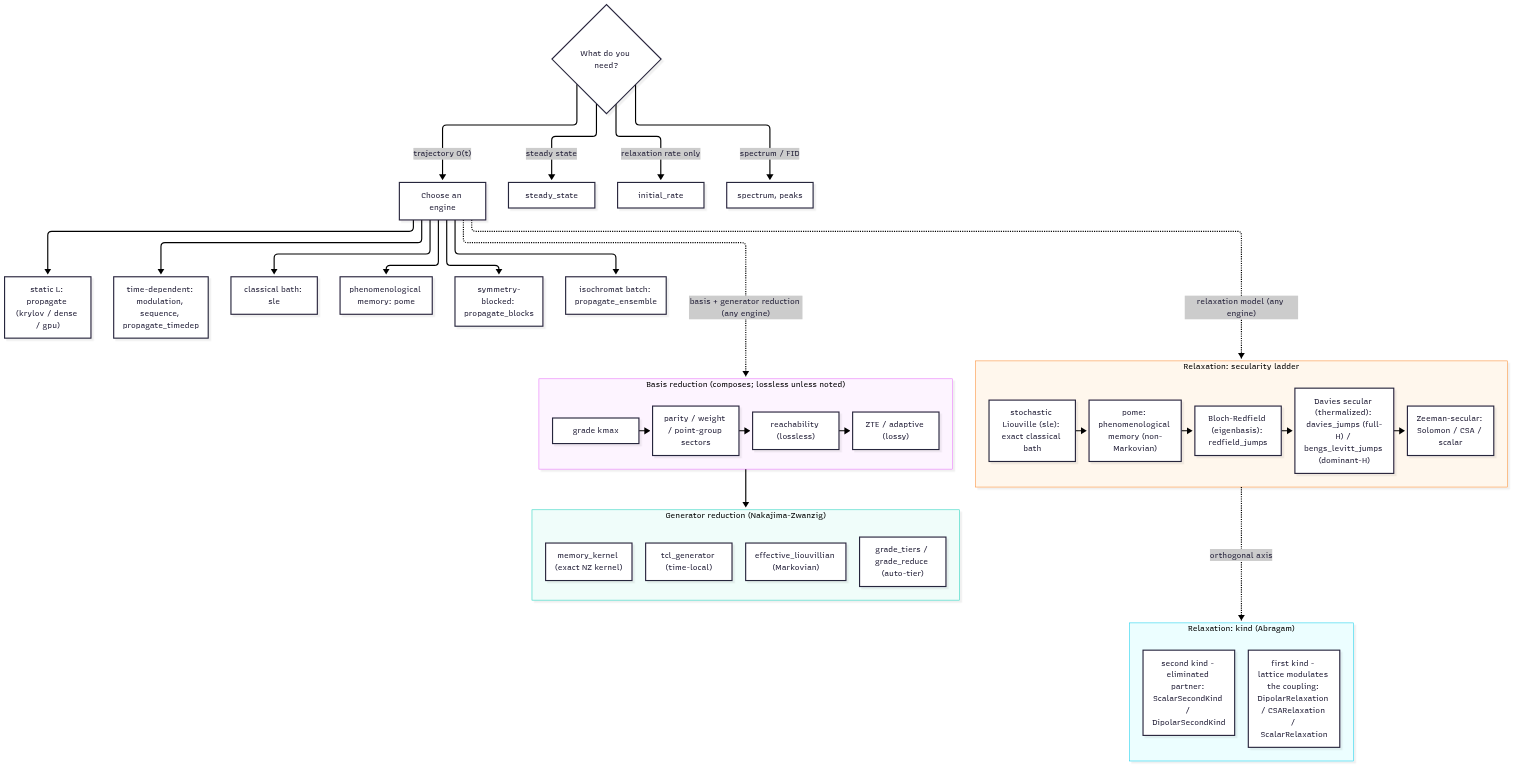
The Mermaid diagram docs/src/assets/figures/method_map.png in sadilday/RestrictedSpinDynamics.jl, before a commit. Its source is kept beside it as docs/src/assets/figures/method_map.mmd.
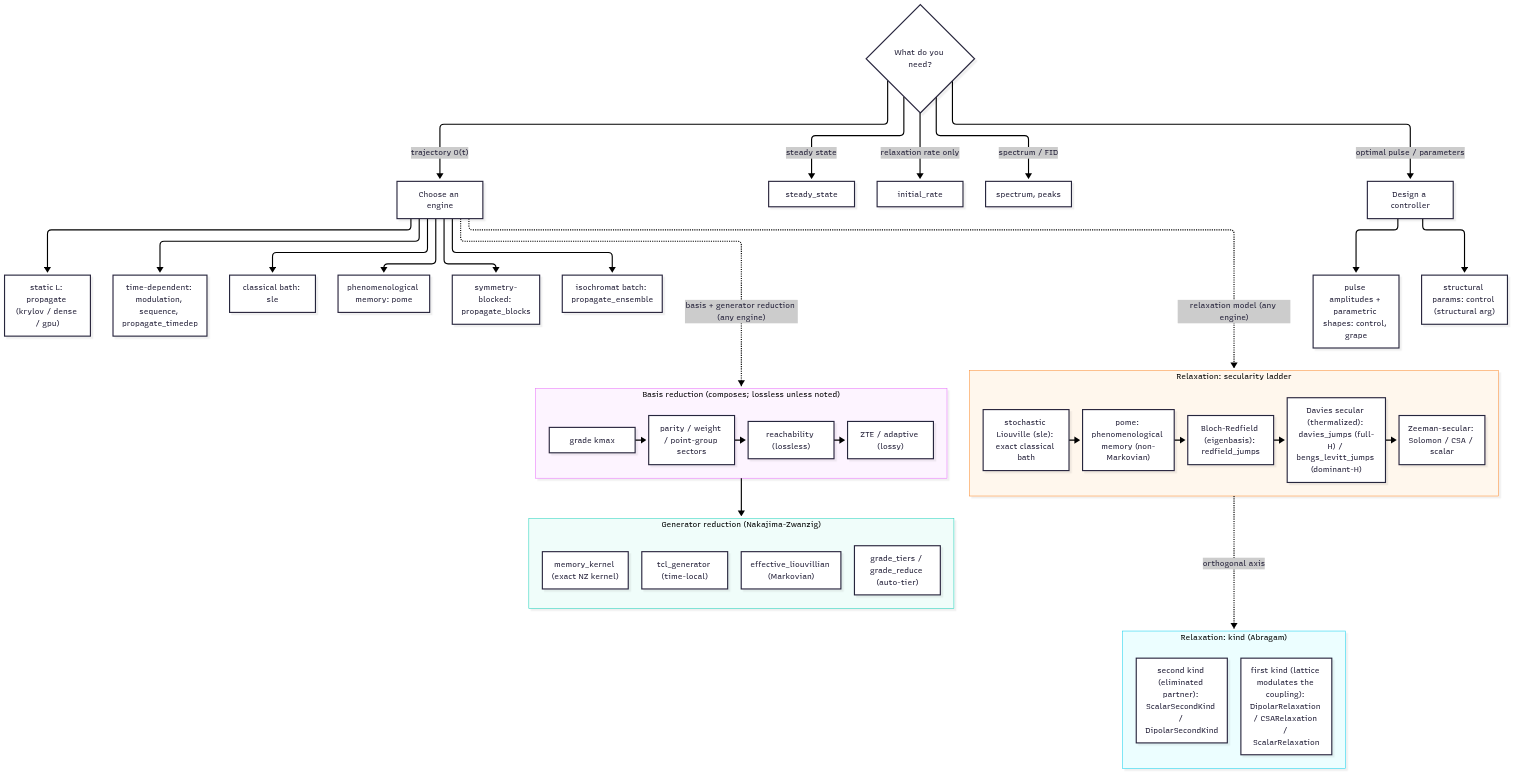
Later version of the same file.

Change to the diagram source:
```diff
@@ -4,6 +4,7 @@
     Q -->|"steady state"| SS["steady_state"]
     Q -->|"relaxation rate only"| IR["initial_rate"]
     Q -->|"spectrum / FID"| SP["spectrum, peaks"]
+    Q -->|"optimal pulse / parameters"| OPT["Design a controller"]
 
     ENG --> E1["static L: propagate (krylov / dense / gpu)"]
     ENG --> E2["time-dependent: modulation, sequence, propagate_timedep"]
@@ -11,6 +12,9 @@
     ENG --> E4["phenomenological memory: pome"]
     ENG --> E5["symmetry-blocked: propagate_blocks"]
     ENG --> E6["isochromat batch: propagate_ensemble"]
+
+    OPT --> O1["pulse amplitudes + parametric shapes: control, grape"]
+    OPT --> O2["structural params: control (structural arg)"]
 
     subgraph BASIS["Basis reduction (composes; lossless unless noted)"]
         direction LR
```
